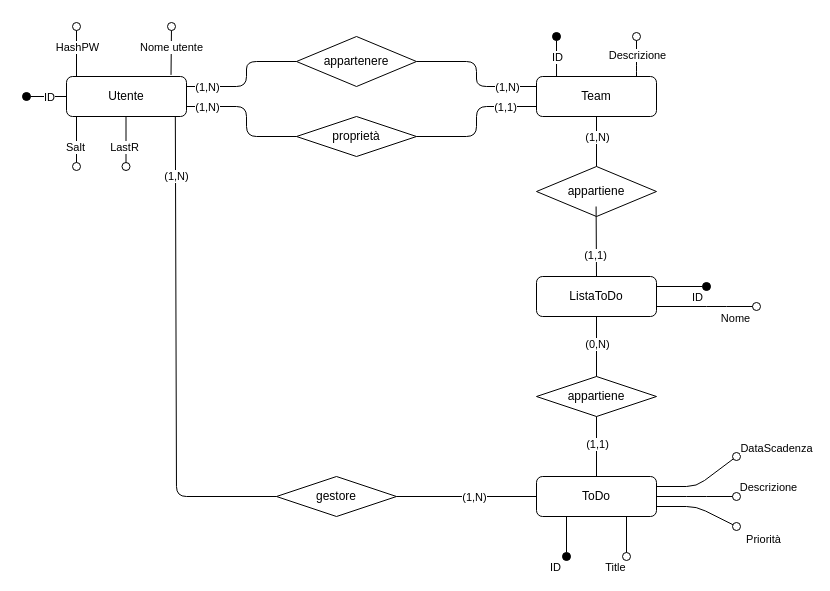
This is ERdiagram.drawio from Slasto/TaskTeam, a draw.io file, before an edit. Source tidied: cells renumbered, new cells numbered last; positions are measured from the earlier drawing's top-left corner, leaving out a move shared by most shapes. Both pictures are drawn from the tidied source at 100%, with x=0, y=0 at pixel (26, 26).
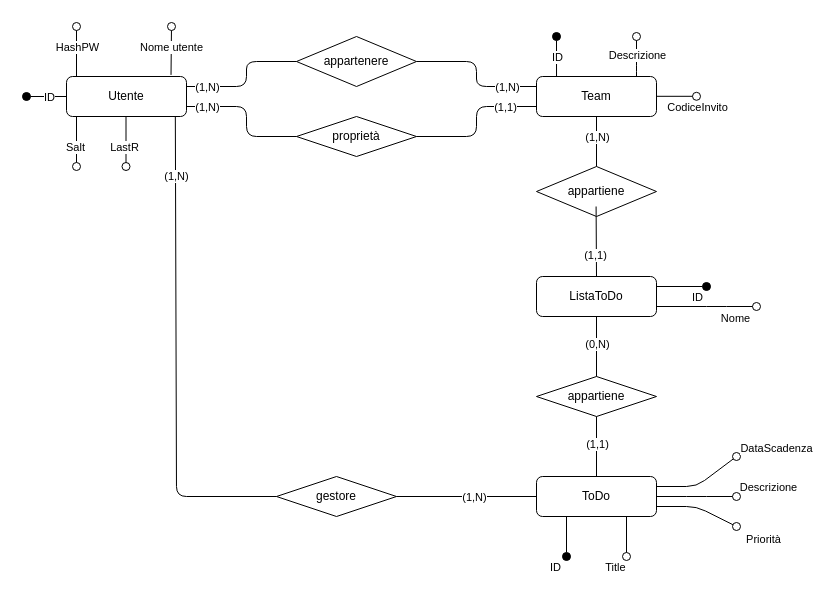
Above is the later version.

The edit, as a diff of the source:
```diff
@@
+    <mxCell id="59" style="html=1;verticalAlign=bottom;labelBackgroundColor=none;endArrow=oval;endFill=0;endSize=8;exitX=1;exitY=0.5;exitDx=0;exitDy=0;" parent="1" edge="1">
+      <mxGeometry relative="1" as="geometry">
+        <mxPoint x="630" y="69.8" as="sourcePoint" />
+        <mxPoint x="670" y="69.8" as="targetPoint" />
+      </mxGeometry>
+    </mxCell>
+    <mxCell id="60" value="CodiceInvito" style="edgeLabel;html=1;align=center;verticalAlign=middle;" parent="59" vertex="1">
+      <mxGeometry x="0.58" y="-1" relative="1" as="geometry">
+        <mxPoint x="8" y="10" as="offset" />
+      </mxGeometry>
+    </mxCell>
```
